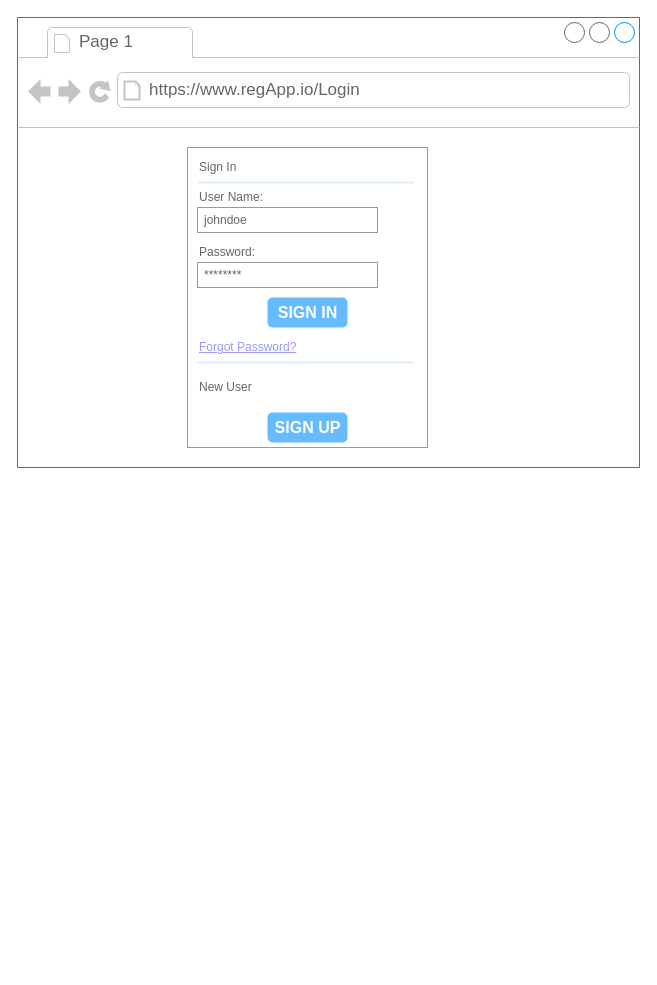
Above: regApp_front_end_mock_up.drawio in Gnormelli/IV1201-Group-9 (draw.io), before the change. Source tidied: cells renumbered, new cells numbered last; positions are measured from the earlier drawing's top-left corner, leaving out a move shared by most shapes. Both pictures are drawn from the tidied source at 100%, with x=0, y=0 at pixel (17, 17).
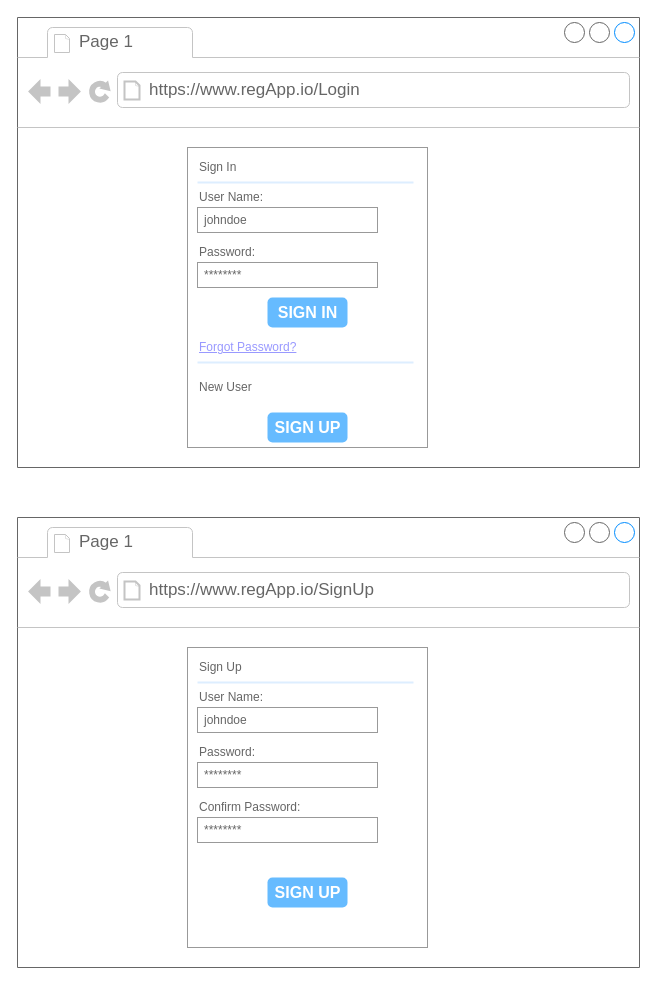
Above is the later version.

Commit message:
SignUp Mockup

What changed in the source:
```diff
@@
+    <mxCell id="17" style="strokeWidth=1;shadow=0;dashed=0;align=center;html=1;shape=mxgraph.mockup.containers.browserWindow;rSize=0;strokeColor=#666666;strokeColor2=#008cff;strokeColor3=#c4c4c4;mainText=,;" parent="1" vertex="1">
+      <mxGeometry y="500" width="622" height="450" as="geometry" />
+    </mxCell>
+    <mxCell id="18" value="Page 1" style="strokeWidth=1;shadow=0;dashed=0;align=center;html=1;shape=mxgraph.mockup.containers.anchor;fontSize=17;fontColor=#666666;align=left;" parent="17" vertex="1">
+      <mxGeometry x="60" y="12" width="110" height="26" as="geometry" />
+    </mxCell>
+    <mxCell id="19" value="https://www.regApp.io/SignUp" style="strokeWidth=1;shadow=0;dashed=0;align=center;html=1;shape=mxgraph.mockup.containers.anchor;rSize=0;fontSize=17;fontColor=#666666;align=left;" parent="17" vertex="1">
+      <mxGeometry x="130" y="60" width="250" height="26" as="geometry" />
+    </mxCell>
+    <mxCell id="20" style="strokeWidth=1;shadow=0;dashed=0;align=center;html=1;shape=mxgraph.mockup.forms.rrect;rSize=0;strokeColor=#999999;fillColor=#ffffff;" parent="17" vertex="1">
+      <mxGeometry x="170" y="130" width="240" height="300" as="geometry" />
+    </mxCell>
+    <mxCell id="21" value="Sign Up" style="strokeWidth=1;shadow=0;dashed=0;align=center;html=1;shape=mxgraph.mockup.forms.anchor;fontSize=12;fontColor=#666666;align=left;spacingLeft=0;" parent="20" vertex="1">
+      <mxGeometry width="120" height="20" relative="1" as="geometry">
+        <mxPoint x="10" y="10" as="offset" />
+      </mxGeometry>
+    </mxCell>
+    <mxCell id="22" style="shape=line;strokeColor=#ddeeff;strokeWidth=2;html=1;" parent="20" vertex="1">
+      <mxGeometry width="216" height="10" relative="1" as="geometry">
+        <mxPoint x="10" y="30" as="offset" />
+      </mxGeometry>
+    </mxCell>
+    <mxCell id="23" value="User Name:" style="strokeWidth=1;shadow=0;dashed=0;align=center;html=1;shape=mxgraph.mockup.forms.anchor;fontSize=12;fontColor=#666666;align=left;spacingLeft=0;" parent="20" vertex="1">
+      <mxGeometry width="120" height="20" relative="1" as="geometry">
+        <mxPoint x="10" y="40" as="offset" />
+      </mxGeometry>
+    </mxCell>
+    <mxCell id="24" value="johndoe" style="strokeWidth=1;shadow=0;dashed=0;align=center;html=1;shape=mxgraph.mockup.forms.rrect;rSize=0;strokeColor=#999999;fontColor=#666666;align=left;spacingLeft=5;" parent="20" vertex="1">
+      <mxGeometry width="180" height="25" relative="1" as="geometry">
+        <mxPoint x="10" y="60" as="offset" />
+      </mxGeometry>
+    </mxCell>
+    <mxCell id="25" value="Password:" style="strokeWidth=1;shadow=0;dashed=0;align=center;html=1;shape=mxgraph.mockup.forms.anchor;fontSize=12;fontColor=#666666;align=left;spacingLeft=0;" parent="20" vertex="1">
+      <mxGeometry width="120" height="20" relative="1" as="geometry">
+        <mxPoint x="10" y="95" as="offset" />
+      </mxGeometry>
+    </mxCell>
+    <mxCell id="26" value="********" style="strokeWidth=1;shadow=0;dashed=0;align=center;html=1;shape=mxgraph.mockup.forms.rrect;rSize=0;strokeColor=#999999;fontColor=#666666;align=left;spacingLeft=5;" parent="20" vertex="1">
+      <mxGeometry width="180" height="25" relative="1" as="geometry">
+        <mxPoint x="10" y="115" as="offset" />
+      </mxGeometry>
+    </mxCell>
+    <mxCell id="27" value="SIGN UP" style="strokeWidth=1;shadow=0;dashed=0;align=center;html=1;shape=mxgraph.mockup.forms.rrect;rSize=5;strokeColor=none;fontColor=#ffffff;fillColor=#66bbff;fontSize=16;fontStyle=1;" parent="20" vertex="1">
+      <mxGeometry y="1" width="80" height="30" relative="1" as="geometry">
+        <mxPoint x="80" y="-70" as="offset" />
+      </mxGeometry>
+    </mxCell>
+    <mxCell id="28" value="********" style="strokeWidth=1;shadow=0;dashed=0;align=center;html=1;shape=mxgraph.mockup.forms.rrect;rSize=0;strokeColor=#999999;fontColor=#666666;align=left;spacingLeft=5;" parent="20" vertex="1">
+      <mxGeometry x="10" y="170" width="180" height="25" as="geometry" />
+    </mxCell>
+    <mxCell id="29" value="Confirm Password:" style="strokeWidth=1;shadow=0;dashed=0;align=center;html=1;shape=mxgraph.mockup.forms.anchor;fontSize=12;fontColor=#666666;align=left;spacingLeft=0;" parent="20" vertex="1">
+      <mxGeometry x="10" y="150" width="120" height="20" as="geometry" />
+    </mxCell>
```
